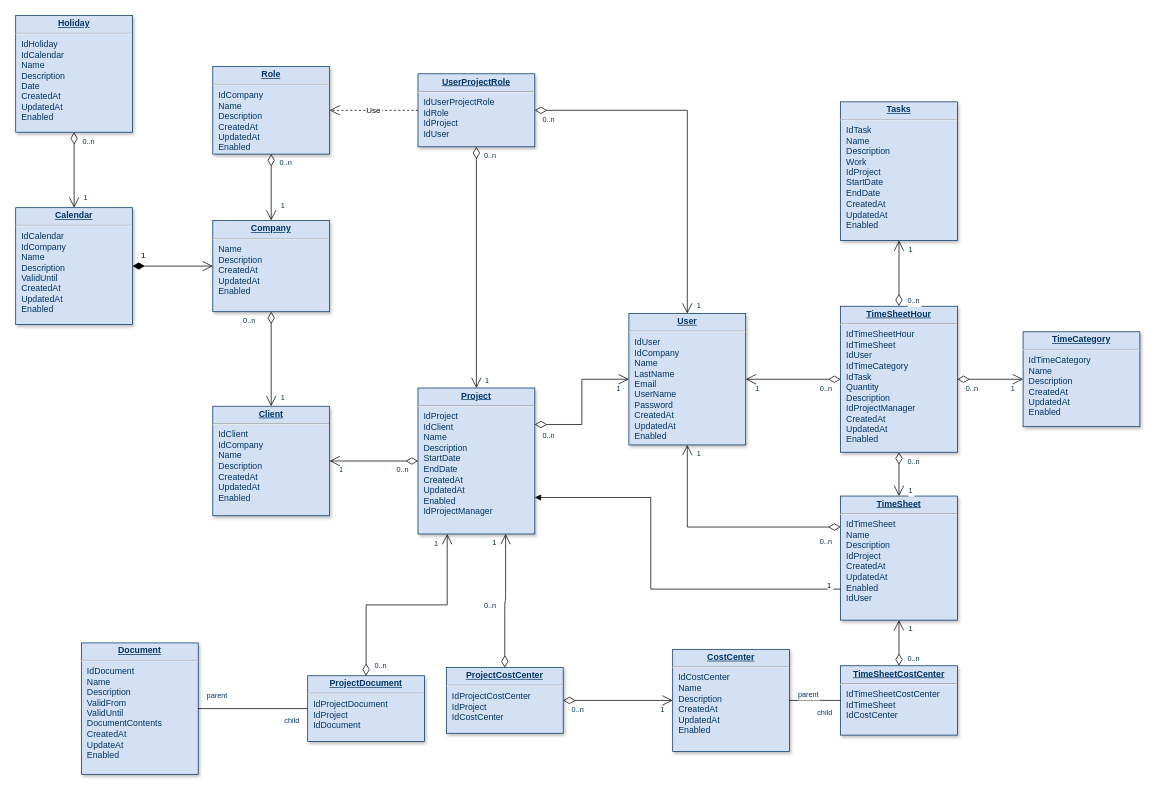
Above: Biểu đồ không có tiêu đề.drawio in Baodt2911/diagram_HobbyHub (draw.io), before the change. Source tidied: cells renumbered, new cells numbered last; positions are measured from the earlier drawing's top-left corner, leaving out a move shared by most shapes. Both pictures are drawn from the tidied source at 73%, with x=0, y=0 at pixel (15, 15).
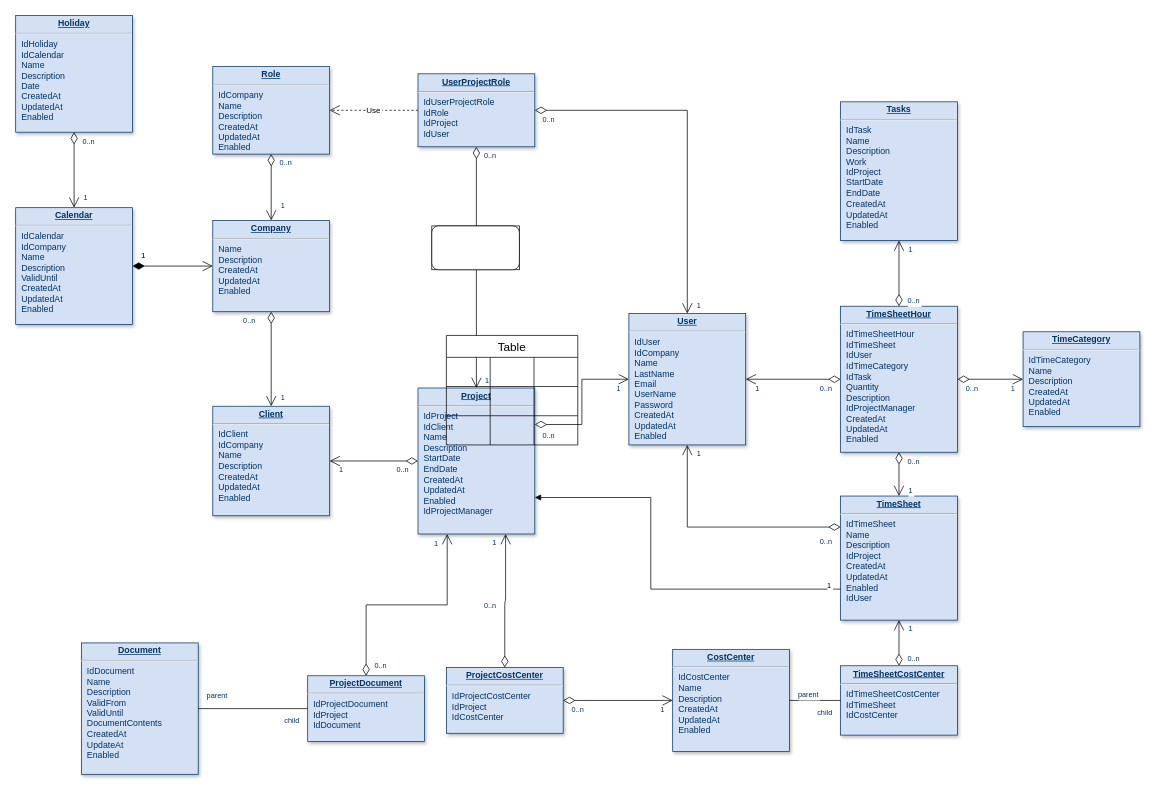
The same diagram, later.

Commit message:
Diagram_HobbyHub

What changed in the source:
```diff
@@
+    <mxCell id="77" style="rounded=0;whiteSpace=wrap;html=1;" parent="1" vertex="1">
+      <mxGeometry x="570" y="288" width="120" height="60" as="geometry" />
+    </mxCell>
+    <mxCell id="78" style="rounded=1;whiteSpace=wrap;html=1;" parent="1" vertex="1">
+      <mxGeometry x="570" y="288" width="120" height="60" as="geometry" />
+    </mxCell>
+    <mxCell id="79" value="Table" style="shape=table;startSize=30;childLayout=tableLayout;strokeColor=default;fontSize=16;" parent="1" vertex="1">
+      <mxGeometry x="590" y="438" width="180" height="150" as="geometry" />
+    </mxCell>
+    <mxCell id="80" style="shape=tableRow;horizontal=0;startSize=0;swimlaneHead=0;swimlaneBody=0;strokeColor=inherit;top=0;left=0;bottom=0;right=0;fillColor=none;fontSize=16;" parent="79" vertex="1">
+      <mxGeometry y="30" width="180" height="40" as="geometry" />
+    </mxCell>
+    <mxCell id="81" style="shape=partialRectangle;html=1;whiteSpace=wrap;strokeColor=inherit;overflow=hidden;fillColor=none;top=0;left=0;bottom=0;right=0;fontSize=16;" parent="80" vertex="1">
+      <mxGeometry width="60" height="40" as="geometry" />
+    </mxCell>
+    <mxCell id="82" style="shape=partialRectangle;html=1;whiteSpace=wrap;strokeColor=inherit;overflow=hidden;fillColor=none;top=0;left=0;bottom=0;right=0;fontSize=16;" parent="80" vertex="1">
+      <mxGeometry x="60" width="60" height="40" as="geometry" />
+    </mxCell>
+    <mxCell id="83" style="shape=partialRectangle;html=1;whiteSpace=wrap;strokeColor=inherit;overflow=hidden;fillColor=none;top=0;left=0;bottom=0;right=0;fontSize=16;" parent="80" vertex="1">
+      <mxGeometry x="120" width="60" height="40" as="geometry" />
+    </mxCell>
+    <mxCell id="84" style="shape=tableRow;horizontal=0;startSize=0;swimlaneHead=0;swimlaneBody=0;strokeColor=inherit;top=0;left=0;bottom=0;right=0;fillColor=none;fontSize=16;" parent="79" vertex="1">
+      <mxGeometry y="70" width="180" height="40" as="geometry" />
+    </mxCell>
+    <mxCell id="85" style="shape=partialRectangle;html=1;whiteSpace=wrap;strokeColor=inherit;overflow=hidden;fillColor=none;top=0;left=0;bottom=0;right=0;fontSize=16;" parent="84" vertex="1">
+      <mxGeometry width="60" height="40" as="geometry" />
+    </mxCell>
+    <mxCell id="86" style="shape=partialRectangle;html=1;whiteSpace=wrap;strokeColor=inherit;overflow=hidden;fillColor=none;top=0;left=0;bottom=0;right=0;fontSize=16;" parent="84" vertex="1">
+      <mxGeometry x="60" width="60" height="40" as="geometry" />
+    </mxCell>
+    <mxCell id="87" style="shape=partialRectangle;html=1;whiteSpace=wrap;strokeColor=inherit;overflow=hidden;fillColor=none;top=0;left=0;bottom=0;right=0;fontSize=16;" parent="84" vertex="1">
+      <mxGeometry x="120" width="60" height="40" as="geometry" />
+    </mxCell>
+    <mxCell id="88" style="shape=tableRow;horizontal=0;startSize=0;swimlaneHead=0;swimlaneBody=0;strokeColor=inherit;top=0;left=0;bottom=0;right=0;fillColor=none;fontSize=16;" parent="79" vertex="1">
+      <mxGeometry y="110" width="180" height="40" as="geometry" />
+    </mxCell>
+    <mxCell id="89" style="shape=partialRectangle;html=1;whiteSpace=wrap;strokeColor=inherit;overflow=hidden;fillColor=none;top=0;left=0;bottom=0;right=0;fontSize=16;" parent="88" vertex="1">
+      <mxGeometry width="60" height="40" as="geometry" />
+    </mxCell>
+    <mxCell id="90" style="shape=partialRectangle;html=1;whiteSpace=wrap;strokeColor=inherit;overflow=hidden;fillColor=none;top=0;left=0;bottom=0;right=0;fontSize=16;" parent="88" vertex="1">
+      <mxGeometry x="60" width="60" height="40" as="geometry" />
+    </mxCell>
+    <mxCell id="91" style="shape=partialRectangle;html=1;whiteSpace=wrap;strokeColor=inherit;overflow=hidden;fillColor=none;top=0;left=0;bottom=0;right=0;fontSize=16;" parent="88" vertex="1">
+      <mxGeometry x="120" width="60" height="40" as="geometry" />
+    </mxCell>
```
